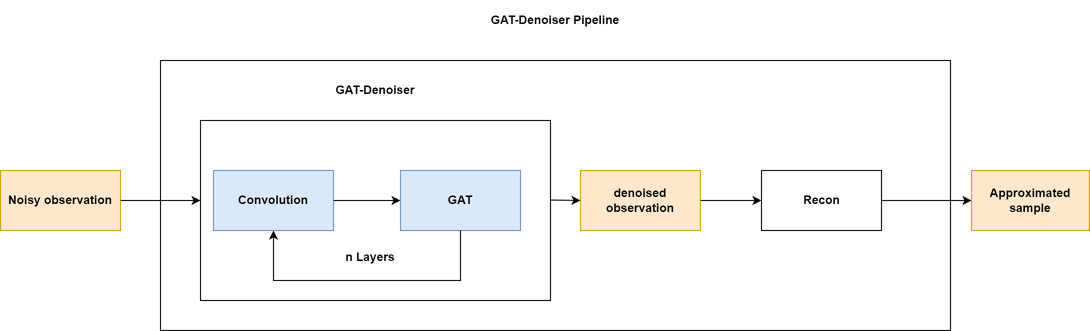
This is documentation/ThesisPresentation/Figures/Overall_GAT-Denoiser_Pipeline.drawio.png from cedricmendelin/master-thesis, a draw.io export, as it was before one commit. Source tidied: cells renumbered, new cells last; positions are measured from the earlier drawing's top-left corner, leaving out a move shared by most shapes.
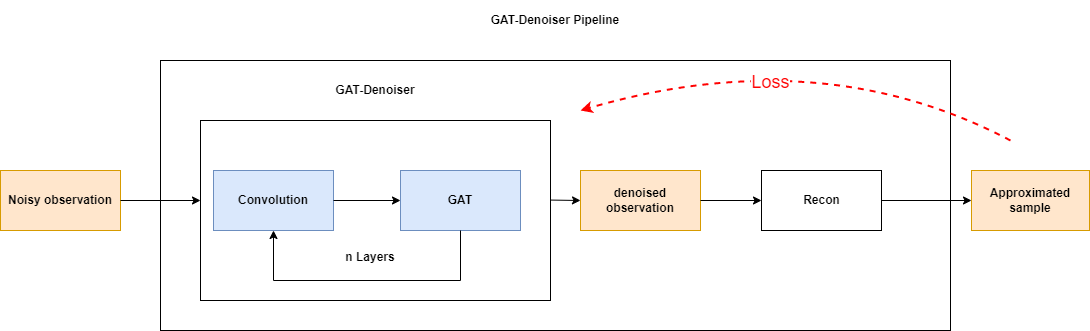
After the change.

What changed in the source:
```diff
@@ -65,5 +65,19 @@
     <mxCell id="19" value="GAT-Denoiser Pipeline" style="text;html=1;strokeColor=none;fillColor=none;align=center;verticalAlign=middle;whiteSpace=wrap;rounded=0;fontStyle=1;" parent="1" vertex="1">
       <mxGeometry x="455" width="200" height="40" as="geometry" />
     </mxCell>
+    <mxCell id="20" style="curved=1;endArrow=classic;html=1;rounded=0;strokeColor=#FF0000;dashed=1;strokeWidth=2;" parent="1" edge="1">
+      <mxGeometry relative="1" as="geometry">
+        <mxPoint x="1010" y="140" as="sourcePoint" />
+        <mxPoint x="580" y="110" as="targetPoint" />
+        <Array as="points">
+          <mxPoint x="820" y="40" />
+        </Array>
+      </mxGeometry>
+    </mxCell>
+    <mxCell id="21" value="&lt;font color=&quot;#ff0000&quot; style=&quot;font-size: 18px;&quot;&gt;Loss&lt;/font&gt;" style="edgeLabel;html=1;align=center;verticalAlign=middle;" parent="20" vertex="1">
+      <mxGeometry x="0.22" y="25" relative="1" as="geometry">
+        <mxPoint x="7" y="-1" as="offset" />
+      </mxGeometry>
+    </mxCell>
   </root>
 </mxGraphModel>
```
